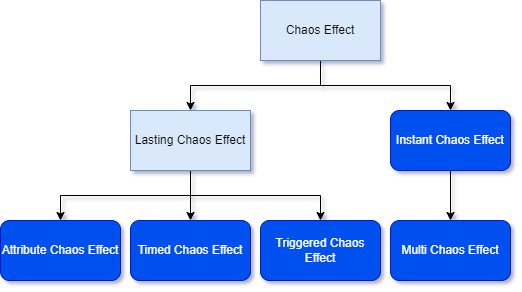
Earlier version of the draw.io export docs/images/chaosstructure.png (yeelp/MCCE). Source tidied: cells renumbered, new cells last; positions are measured from the earlier drawing's top-left corner, leaving out a move shared by most shapes.
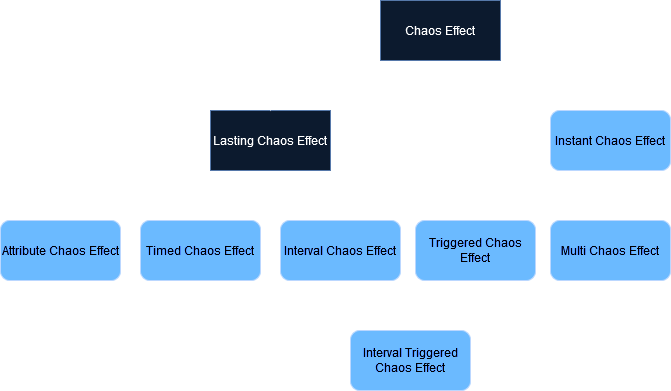
The same file after the commit.

The edit, as a diff of the source:
```diff
@@ -11,8 +11,11 @@
     <mxCell id="4" style="edgeStyle=orthogonalEdgeStyle;rounded=0;jettySize=auto;html=1;exitX=0.5;exitY=1;exitDx=0;exitDy=0;" parent="1" edge="1" source="5" target="14">
       <mxGeometry relative="1" as="geometry" />
     </mxCell>
+    <mxCell id="15" style="edgeStyle=orthogonalEdgeStyle;rounded=0;jettySize=auto;html=1;exitX=0.5;exitY=1;exitDx=0;exitDy=0;entryX=0.5;entryY=0;entryDx=0;entryDy=0;" parent="1" edge="1" source="5" target="18">
+      <mxGeometry relative="1" as="geometry" />
+    </mxCell>
     <mxCell id="5" value="Lasting Chaos Effect" style="rounded=0;whiteSpace=wrap;html=1;fillColor=#dae8fc;strokeColor=#6c8ebf;" parent="1" vertex="1">
-      <mxGeometry x="130" y="110" width="120" height="60" as="geometry" />
+      <mxGeometry x="110" y="110" width="120" height="60" as="geometry" />
     </mxCell>
     <mxCell id="6" style="edgeStyle=orthogonalEdgeStyle;rounded=0;jettySize=auto;html=1;exitX=0.5;exitY=1;exitDx=0;exitDy=0;entryX=0.5;entryY=0;entryDx=0;entryDy=0;" parent="1" edge="1" source="8" target="5">
       <mxGeometry relative="1" as="geometry" />
@@ -21,25 +24,37 @@
       <mxGeometry relative="1" as="geometry" />
     </mxCell>
     <mxCell id="8" value="Chaos Effect" style="rounded=0;whiteSpace=wrap;html=1;fillColor=#dae8fc;strokeColor=#6c8ebf;" parent="1" vertex="1">
-      <mxGeometry x="260" width="120" height="60" as="geometry" />
+      <mxGeometry x="280" width="120" height="60" as="geometry" />
     </mxCell>
     <mxCell id="9" style="edgeStyle=orthogonalEdgeStyle;rounded=0;jettySize=auto;html=1;exitX=0.5;exitY=1;exitDx=0;exitDy=0;entryX=0.5;entryY=0;entryDx=0;entryDy=0;" parent="1" edge="1" source="10" target="11">
       <mxGeometry relative="1" as="geometry" />
     </mxCell>
     <mxCell id="10" value="Instant Chaos Effect" style="rounded=1;whiteSpace=wrap;html=1;fillColor=#0050ef;fontColor=#ffffff;strokeColor=#001DBC;" parent="1" vertex="1">
-      <mxGeometry x="390" y="110" width="120" height="60" as="geometry" />
+      <mxGeometry x="450" y="110" width="120" height="60" as="geometry" />
     </mxCell>
     <mxCell id="11" value="Multi Chaos Effect" style="rounded=1;whiteSpace=wrap;html=1;fillColor=#0050ef;fontColor=#ffffff;strokeColor=#001DBC;" parent="1" vertex="1">
-      <mxGeometry x="390" y="220" width="120" height="60" as="geometry" />
+      <mxGeometry x="450" y="220" width="120" height="60" as="geometry" />
     </mxCell>
     <mxCell id="12" value="Attribute Chaos Effect" style="rounded=1;whiteSpace=wrap;html=1;fillColor=#0050ef;fontColor=#ffffff;strokeColor=#001DBC;" parent="1" vertex="1">
-      <mxGeometry y="220" width="120" height="60" as="geometry" />
+      <mxGeometry x="-100" y="220" width="120" height="60" as="geometry" />
     </mxCell>
     <mxCell id="13" value="Timed Chaos Effect" style="rounded=1;whiteSpace=wrap;html=1;fillColor=#0050ef;fontColor=#ffffff;strokeColor=#001DBC;" parent="1" vertex="1">
-      <mxGeometry x="130" y="220" width="120" height="60" as="geometry" />
+      <mxGeometry x="40" y="220" width="120" height="60" as="geometry" />
     </mxCell>
+    <mxCell id="16" style="edgeStyle=orthogonalEdgeStyle;rounded=0;jettySize=auto;html=1;exitX=0.5;exitY=1;exitDx=0;exitDy=0;entryX=0.5;entryY=0;entryDx=0;entryDy=0;" parent="1" edge="1" source="14" target="19">
+      <mxGeometry relative="1" as="geometry" />
+    </mxCell>
     <mxCell id="14" value="Triggered Chaos Effect" style="rounded=1;whiteSpace=wrap;html=1;fillColor=#0050ef;fontColor=#ffffff;strokeColor=#001DBC;" parent="1" vertex="1">
-      <mxGeometry x="260" y="220" width="120" height="60" as="geometry" />
+      <mxGeometry x="315" y="220" width="120" height="60" as="geometry" />
     </mxCell>
+    <mxCell id="17" style="edgeStyle=orthogonalEdgeStyle;rounded=0;jettySize=auto;html=1;exitX=0.5;exitY=1;exitDx=0;exitDy=0;entryX=0.5;entryY=0;entryDx=0;entryDy=0;" parent="1" edge="1" source="18" target="19">
+      <mxGeometry relative="1" as="geometry" />
+    </mxCell>
+    <mxCell id="18" value="Interval Chaos Effect" style="rounded=1;whiteSpace=wrap;html=1;fillColor=#0050ef;fontColor=#ffffff;strokeColor=#001DBC;" parent="1" vertex="1">
+      <mxGeometry x="180" y="220" width="120" height="60" as="geometry" />
+    </mxCell>
+    <mxCell id="19" value="Interval Triggered Chaos Effect" style="rounded=1;whiteSpace=wrap;html=1;fillColor=#0050ef;fontColor=#ffffff;strokeColor=#001DBC;" parent="1" vertex="1">
+      <mxGeometry x="250" y="330" width="120" height="60" as="geometry" />
+    </mxCell>
   </root>
 </mxGraphModel>
```
